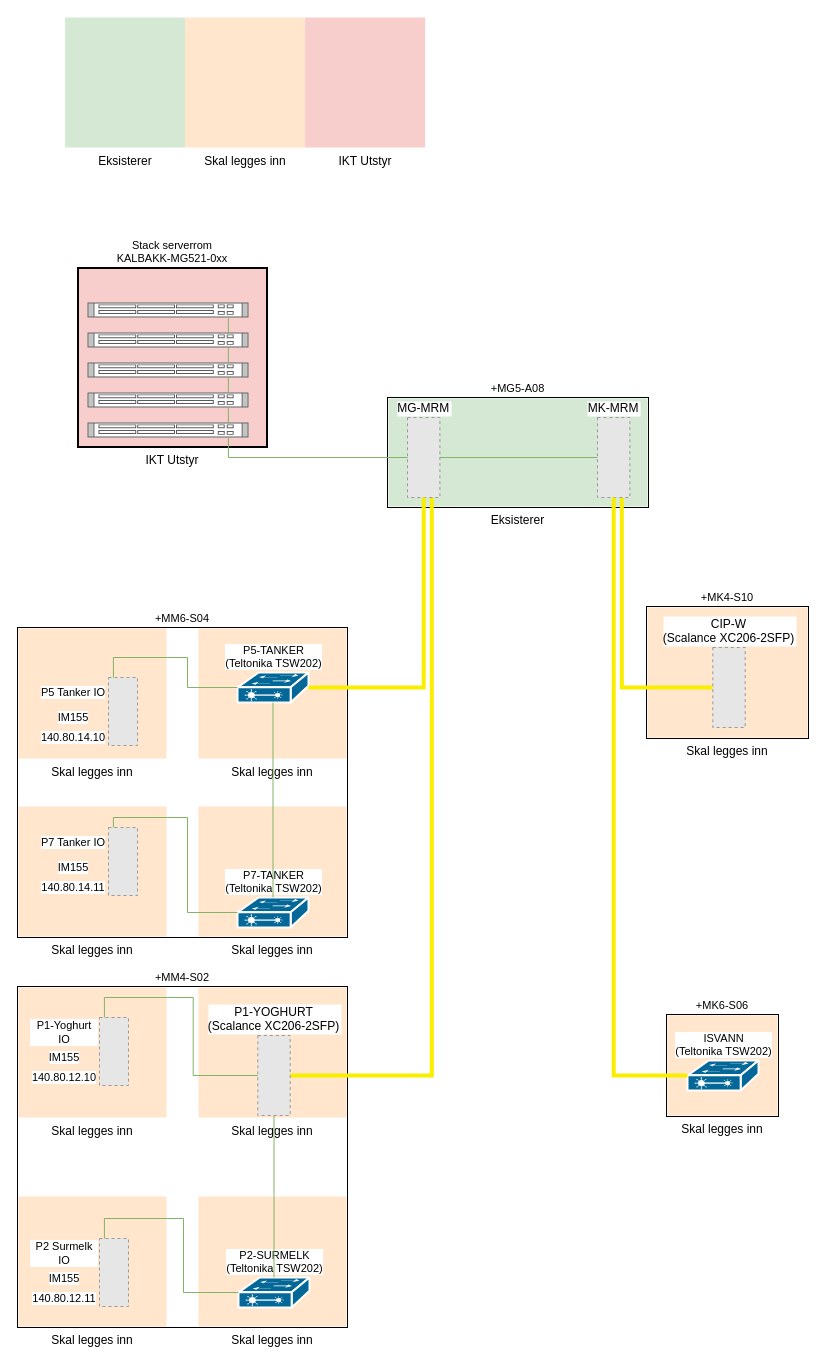
warben0/DrawIOStorage keeps this draw.io diagram as Nettverk PN.drawio. Above is the earlier version. Source tidied: cells renumbered, new cells numbered last; positions are measured from the earlier drawing's top-left corner, leaving out a move shared by most shapes. Both pictures are drawn from the tidied source at 100%, with x=0, y=0 at pixel (17, 17). Pictures stored in the file or linked from it are replaced by grey dashed boxes.
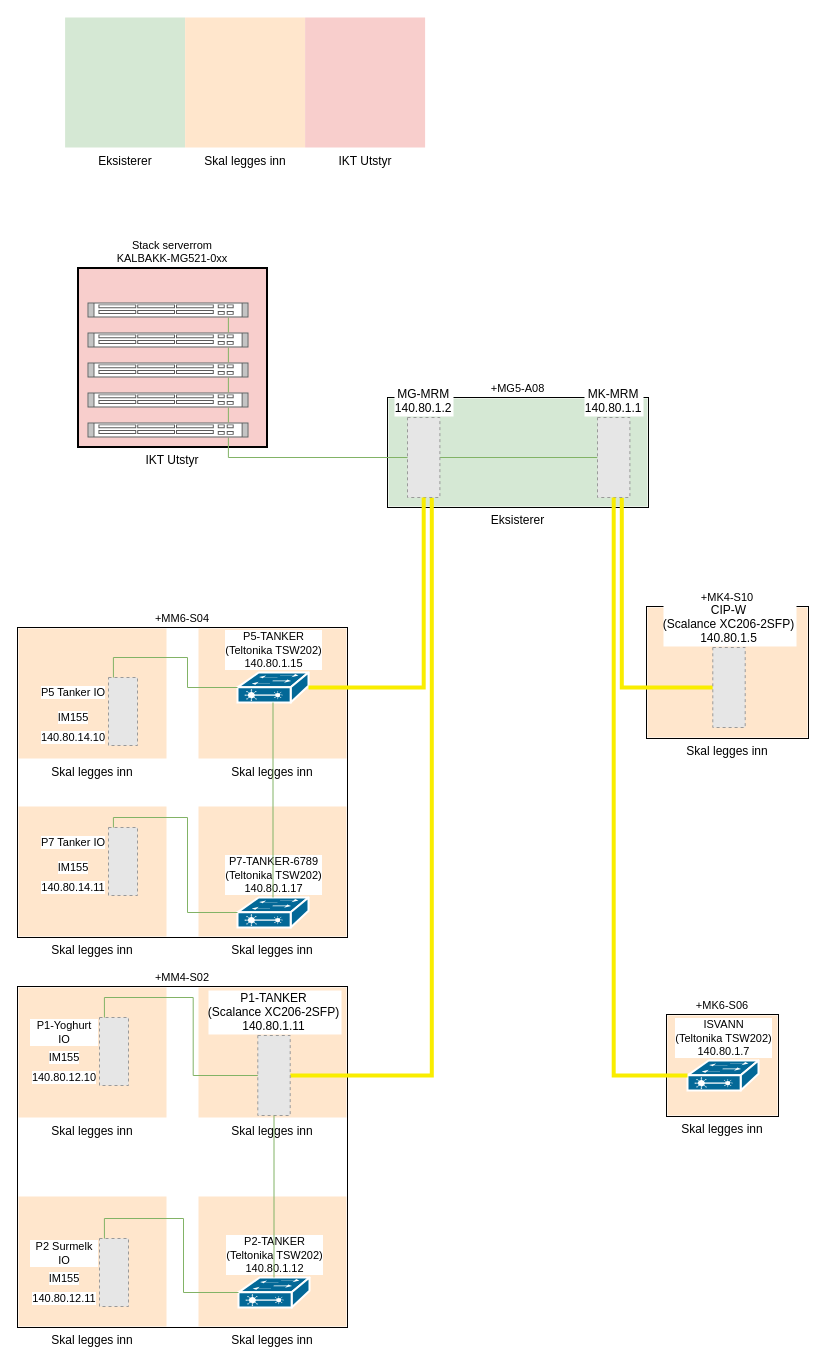
The same page after the edit.

The edit, as a diff of the source:
```diff
@@
-    <mxCell id="27" value="MG-MRM" style="fillColor=#E6E6E6;strokeColor=#999999;dashed=1;verticalLabelPosition=top;labelBackgroundColor=default;verticalAlign=bottom;labelPosition=center;align=center;" parent="24" vertex="1">
+    <mxCell id="27" value="MG-MRM&#10;140.80.1.2" style="fillColor=#E6E6E6;strokeColor=#999999;dashed=1;verticalLabelPosition=top;labelBackgroundColor=default;verticalAlign=bottom;labelPosition=center;align=center;" parent="24" vertex="1">
       <mxGeometry x="390" y="400" width="32.4" height="80" as="geometry" />
     </mxCell>
@@
-    <mxCell id="39" value="MK-MRM" style="fillColor=#E6E6E6;strokeColor=#999999;dashed=1;verticalLabelPosition=top;labelBackgroundColor=default;verticalAlign=bottom;labelPosition=center;align=center;" parent="24" vertex="1">
+    <mxCell id="39" value="MK-MRM&#10;140.80.1.1" style="fillColor=#E6E6E6;strokeColor=#999999;dashed=1;verticalLabelPosition=top;labelBackgroundColor=default;verticalAlign=bottom;labelPosition=center;align=center;" parent="24" vertex="1">
       <mxGeometry x="580" y="400" width="32.4" height="80" as="geometry" />
     </mxCell>
-    <mxCell id="40" value="CIP-W&#10;(Scalance XC206-2SFP)" style="fillColor=#E6E6E6;strokeColor=#999999;dashed=1;verticalLabelPosition=top;labelBackgroundColor=default;verticalAlign=bottom;labelPosition=center;align=center;" parent="24" vertex="1">
+    <mxCell id="40" value="CIP-W&#10;(Scalance XC206-2SFP)&#10;140.80.1.5" style="fillColor=#E6E6E6;strokeColor=#999999;dashed=1;verticalLabelPosition=top;labelBackgroundColor=default;verticalAlign=bottom;labelPosition=center;align=center;" parent="24" vertex="1">
       <mxGeometry x="695.3" y="630" width="32.4" height="80" as="geometry" />
     </mxCell>
-    <mxCell id="41" value="P1-YOGHURT&#10;(Scalance XC206-2SFP)" style="fillColor=#E6E6E6;strokeColor=#999999;dashed=1;verticalLabelPosition=top;labelBackgroundColor=default;verticalAlign=bottom;labelPosition=center;align=center;" parent="24" vertex="1">
+    <mxCell id="41" value="P1-TANKER&#10;(Scalance XC206-2SFP)&#10;140.80.1.11" style="fillColor=#E6E6E6;strokeColor=#999999;dashed=1;verticalLabelPosition=top;labelBackgroundColor=default;verticalAlign=bottom;labelPosition=center;align=center;" parent="24" vertex="1">
       <mxGeometry x="240.3" y="1018" width="32.4" height="80" as="geometry" />
     </mxCell>
-    <mxCell id="42" value="P5-TANKER&lt;br&gt;(Teltonika TSW202)" style="strokeColor=#ffffff;sketch=0;html=1;dashed=0;fillColor=#036897;strokeWidth=2;verticalLabelPosition=top;verticalAlign=bottom;align=center;outlineConnect=0;shape=mxgraph.cisco.switches.layer_2_remote_switch;fontFamily=Helvetica;fontSize=11;fontColor=default;labelBackgroundColor=default;labelPosition=center;" parent="24" vertex="1">
+    <mxCell id="42" value="P5-TANKER&lt;br&gt;(Teltonika TSW202)&lt;br&gt;140.80.1.15" style="strokeColor=#ffffff;sketch=0;html=1;dashed=0;fillColor=#036897;strokeWidth=2;verticalLabelPosition=top;verticalAlign=bottom;align=center;outlineConnect=0;shape=mxgraph.cisco.switches.layer_2_remote_switch;fontFamily=Helvetica;fontSize=11;fontColor=default;labelBackgroundColor=default;labelPosition=center;" parent="24" vertex="1">
       <mxGeometry x="220" y="655" width="71" height="30" as="geometry" />
     </mxCell>
-    <mxCell id="43" value="P7-TANKER&lt;br&gt;(Teltonika TSW202)" style="strokeColor=#ffffff;sketch=0;html=1;dashed=0;fillColor=#036897;strokeWidth=2;verticalLabelPosition=top;verticalAlign=bottom;align=center;outlineConnect=0;shape=mxgraph.cisco.switches.layer_2_remote_switch;fontFamily=Helvetica;fontSize=11;fontColor=default;labelBackgroundColor=default;labelPosition=center;" parent="24" vertex="1">
+    <mxCell id="43" value="P7-TANKER-6789&lt;br&gt;(Teltonika TSW202)&lt;br&gt;140.80.1.17" style="strokeColor=#ffffff;sketch=0;html=1;dashed=0;fillColor=#036897;strokeWidth=2;verticalLabelPosition=top;verticalAlign=bottom;align=center;outlineConnect=0;shape=mxgraph.cisco.switches.layer_2_remote_switch;fontFamily=Helvetica;fontSize=11;fontColor=default;labelBackgroundColor=default;labelPosition=center;" parent="24" vertex="1">
       <mxGeometry x="220" y="880" width="71" height="30" as="geometry" />
     </mxCell>
@@
-    <mxCell id="45" value="ISVANN&lt;br&gt;(Teltonika TSW202)" style="strokeColor=#ffffff;sketch=0;html=1;dashed=0;fillColor=#036897;strokeWidth=2;verticalLabelPosition=top;verticalAlign=bottom;align=center;outlineConnect=0;shape=mxgraph.cisco.switches.layer_2_remote_switch;fontFamily=Helvetica;fontSize=11;fontColor=default;labelBackgroundColor=default;labelPosition=center;" parent="24" vertex="1">
+    <mxCell id="45" value="ISVANN&lt;br&gt;(Teltonika TSW202)&lt;br&gt;140.80.1.7" style="strokeColor=#ffffff;sketch=0;html=1;dashed=0;fillColor=#036897;strokeWidth=2;verticalLabelPosition=top;verticalAlign=bottom;align=center;outlineConnect=0;shape=mxgraph.cisco.switches.layer_2_remote_switch;fontFamily=Helvetica;fontSize=11;fontColor=default;labelBackgroundColor=default;labelPosition=center;" parent="24" vertex="1">
       <mxGeometry x="670" y="1043" width="71" height="30" as="geometry" />
     </mxCell>
-    <mxCell id="46" value="P2-SURMELK&lt;br&gt;(Teltonika TSW202)" style="strokeColor=#ffffff;sketch=0;html=1;dashed=0;fillColor=#036897;strokeWidth=2;verticalLabelPosition=top;verticalAlign=bottom;align=center;outlineConnect=0;shape=mxgraph.cisco.switches.layer_2_remote_switch;fontFamily=Helvetica;fontSize=11;fontColor=default;labelBackgroundColor=default;labelPosition=center;" parent="24" vertex="1">
+    <mxCell id="46" value="P2-TANKER&lt;br&gt;(Teltonika TSW202)&lt;br&gt;140.80.1.12" style="strokeColor=#ffffff;sketch=0;html=1;dashed=0;fillColor=#036897;strokeWidth=2;verticalLabelPosition=top;verticalAlign=bottom;align=center;outlineConnect=0;shape=mxgraph.cisco.switches.layer_2_remote_switch;fontFamily=Helvetica;fontSize=11;fontColor=default;labelBackgroundColor=default;labelPosition=center;" parent="24" vertex="1">
       <mxGeometry x="221" y="1260" width="71" height="30" as="geometry" />
     </mxCell>
```
